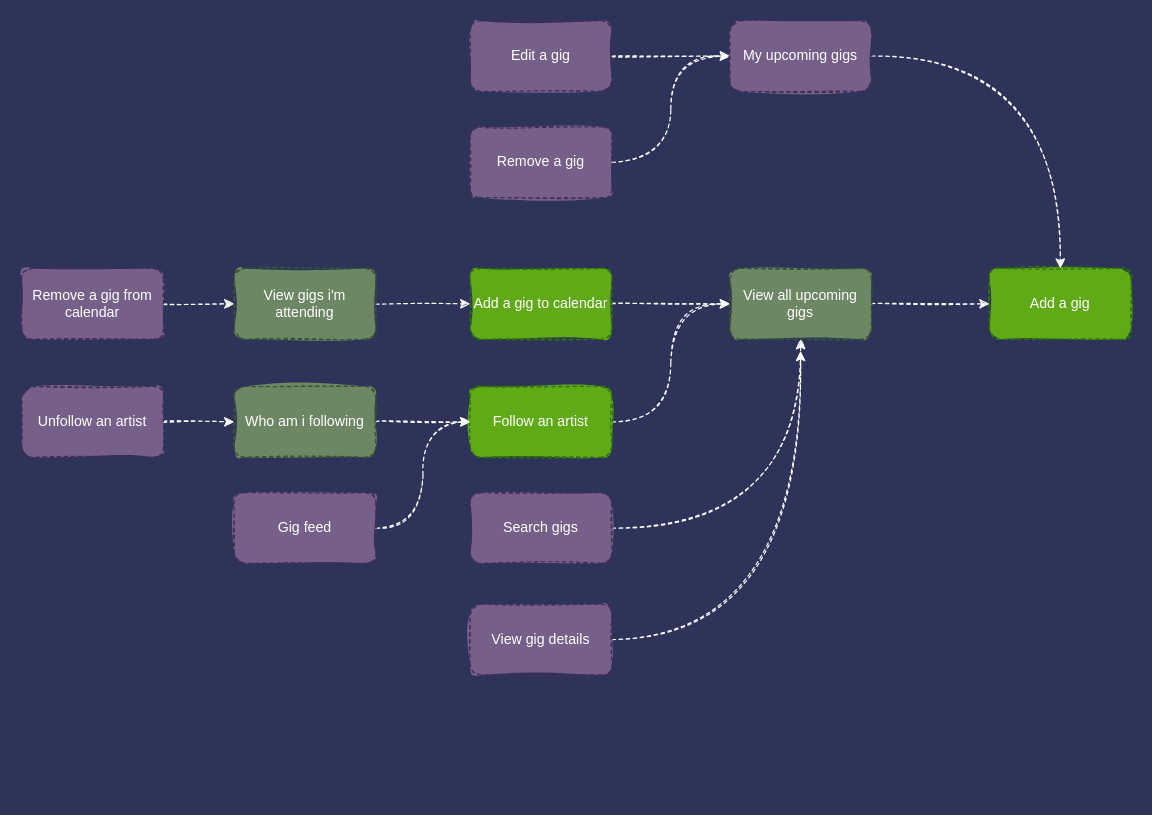
Above: Documentation/dependencies.drawio in RaynoldVanHeyningen/GigHub (draw.io), before the change. Source tidied: cells renumbered, new cells numbered last; positions are measured from the earlier drawing's top-left corner, leaving out a move shared by most shapes. Both pictures are drawn from the tidied source at 118%, with x=0, y=0 at pixel (21, 20).
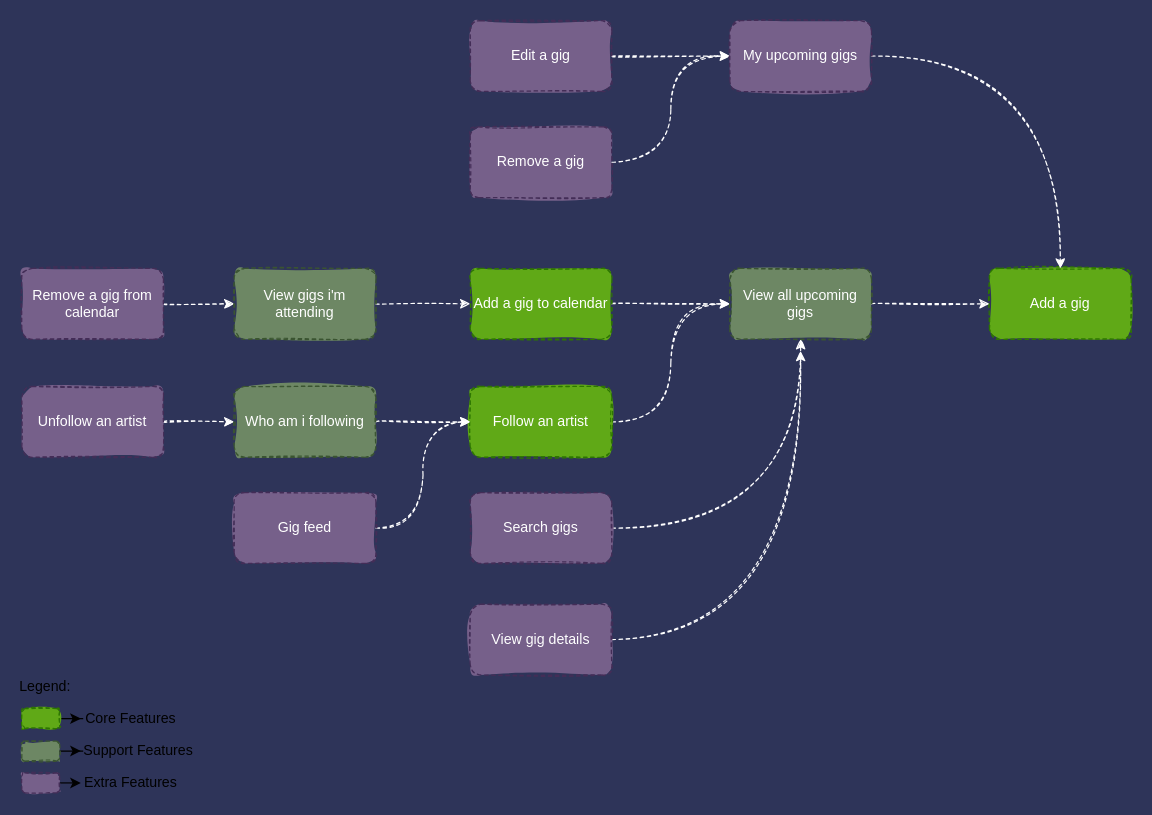
The same diagram, later.

Commit message (it also covers changes not shown here):
Updated dependencies drawing

What changed in the source:
```diff
@@
+    <mxCell id="29" style="edgeStyle=orthogonalEdgeStyle;rounded=0;jettySize=auto;html=1;" parent="1" edge="1" source="30" target="31">
+      <mxGeometry relative="1" as="geometry" />
+    </mxCell>
+    <mxCell id="30" style="whiteSpace=wrap;html=1;fillColor=#60a917;strokeColor=#2D7600;fontColor=#ffffff;sketch=1;rounded=1;glass=0;shadow=0;fillStyle=solid;dashed=1;" parent="1" vertex="1">
+      <mxGeometry y="583" width="32" height="17" as="geometry" />
+    </mxCell>
+    <mxCell id="31" value="Core Features" style="text;html=1;strokeColor=none;fillColor=none;align=center;verticalAlign=middle;whiteSpace=wrap;rounded=0;" parent="1" vertex="1">
+      <mxGeometry x="50" y="581.5" width="85" height="20" as="geometry" />
+    </mxCell>
+    <mxCell id="32" style="edgeStyle=orthogonalEdgeStyle;rounded=0;jettySize=auto;html=1;exitX=1;exitY=0.5;exitDx=0;exitDy=0;" parent="1" edge="1" source="33" target="34">
+      <mxGeometry relative="1" as="geometry" />
+    </mxCell>
+    <mxCell id="33" style="whiteSpace=wrap;html=1;fillColor=#6d8764;strokeColor=#3A5431;fontColor=#ffffff;sketch=1;rounded=1;glass=0;shadow=0;fillStyle=solid;dashed=1;" parent="1" vertex="1">
+      <mxGeometry y="610.5" width="32" height="17" as="geometry" />
+    </mxCell>
+    <mxCell id="34" value="Support Features" style="text;html=1;strokeColor=none;fillColor=none;align=center;verticalAlign=middle;whiteSpace=wrap;rounded=0;" parent="1" vertex="1">
+      <mxGeometry x="50" y="609" width="98" height="20" as="geometry" />
+    </mxCell>
+    <mxCell id="35" style="edgeStyle=orthogonalEdgeStyle;rounded=0;jettySize=auto;html=1;exitX=1;exitY=0.5;exitDx=0;exitDy=0;entryX=0;entryY=0.5;entryDx=0;entryDy=0;" parent="1" edge="1" source="36" target="37">
+      <mxGeometry relative="1" as="geometry" />
+    </mxCell>
+    <mxCell id="36" style="whiteSpace=wrap;html=1;fillColor=#76608a;strokeColor=#432D57;fontColor=#ffffff;sketch=1;rounded=1;glass=0;shadow=0;fillStyle=solid;dashed=1;" parent="1" vertex="1">
+      <mxGeometry y="637.5" width="32" height="17" as="geometry" />
+    </mxCell>
+    <mxCell id="37" value="Extra Features" style="text;html=1;strokeColor=none;fillColor=none;align=center;verticalAlign=middle;whiteSpace=wrap;rounded=0;" parent="1" vertex="1">
+      <mxGeometry x="50" y="636" width="85" height="20" as="geometry" />
+    </mxCell>
+    <mxCell id="38" value="Legend:" style="text;html=1;strokeColor=none;fillColor=none;align=center;verticalAlign=middle;whiteSpace=wrap;rounded=0;" parent="1" vertex="1">
+      <mxGeometry y="555" width="40" height="20" as="geometry" />
+    </mxCell>
```
